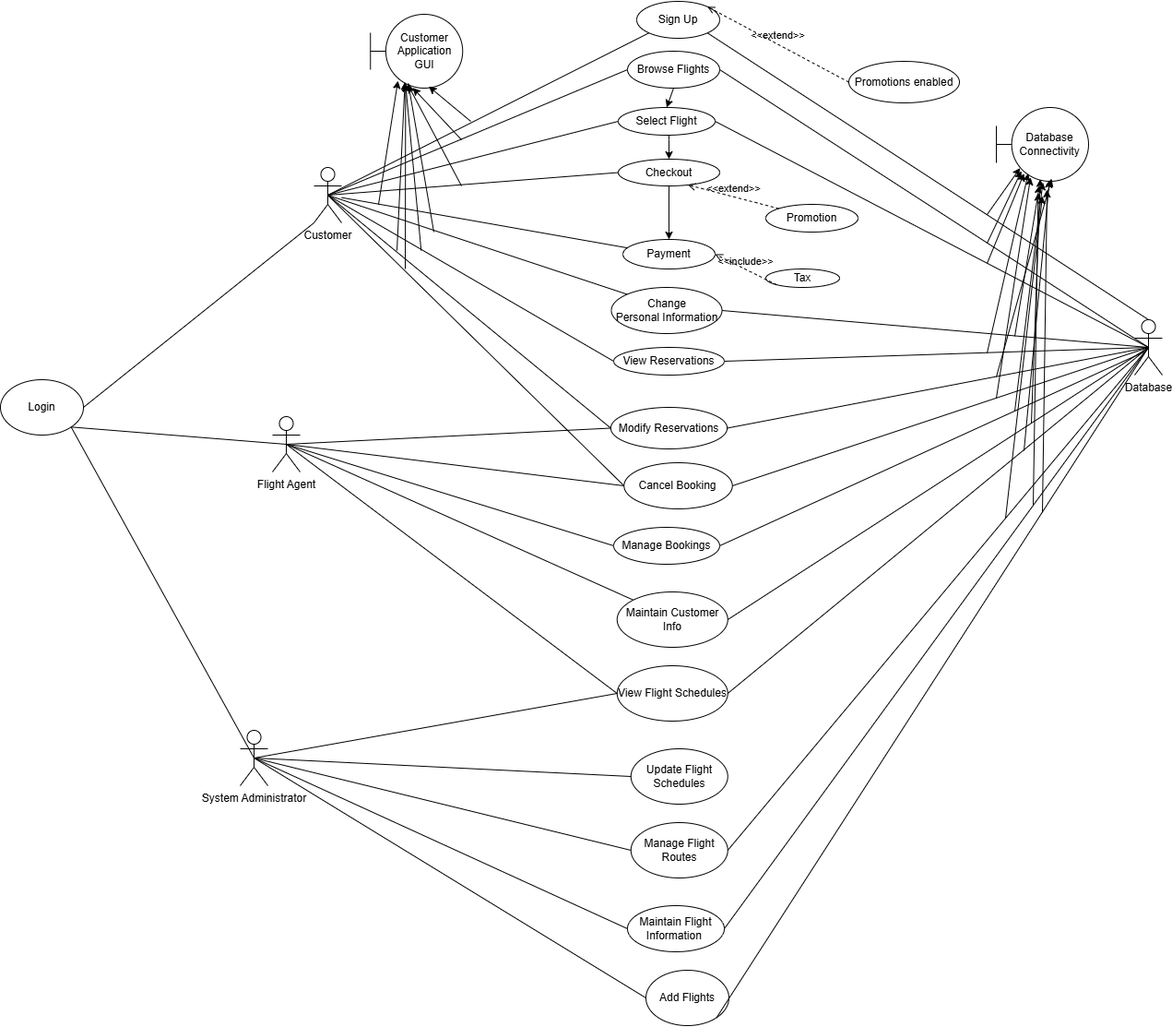
Before: SystemUseCaseDiagram.drawio.png, a diagram exported from draw.io (aditi-j25/ENSF_480_Term_project). Source tidied: cells renumbered, new cells last; positions are measured from the earlier drawing's top-left corner, leaving out a move shared by most shapes.
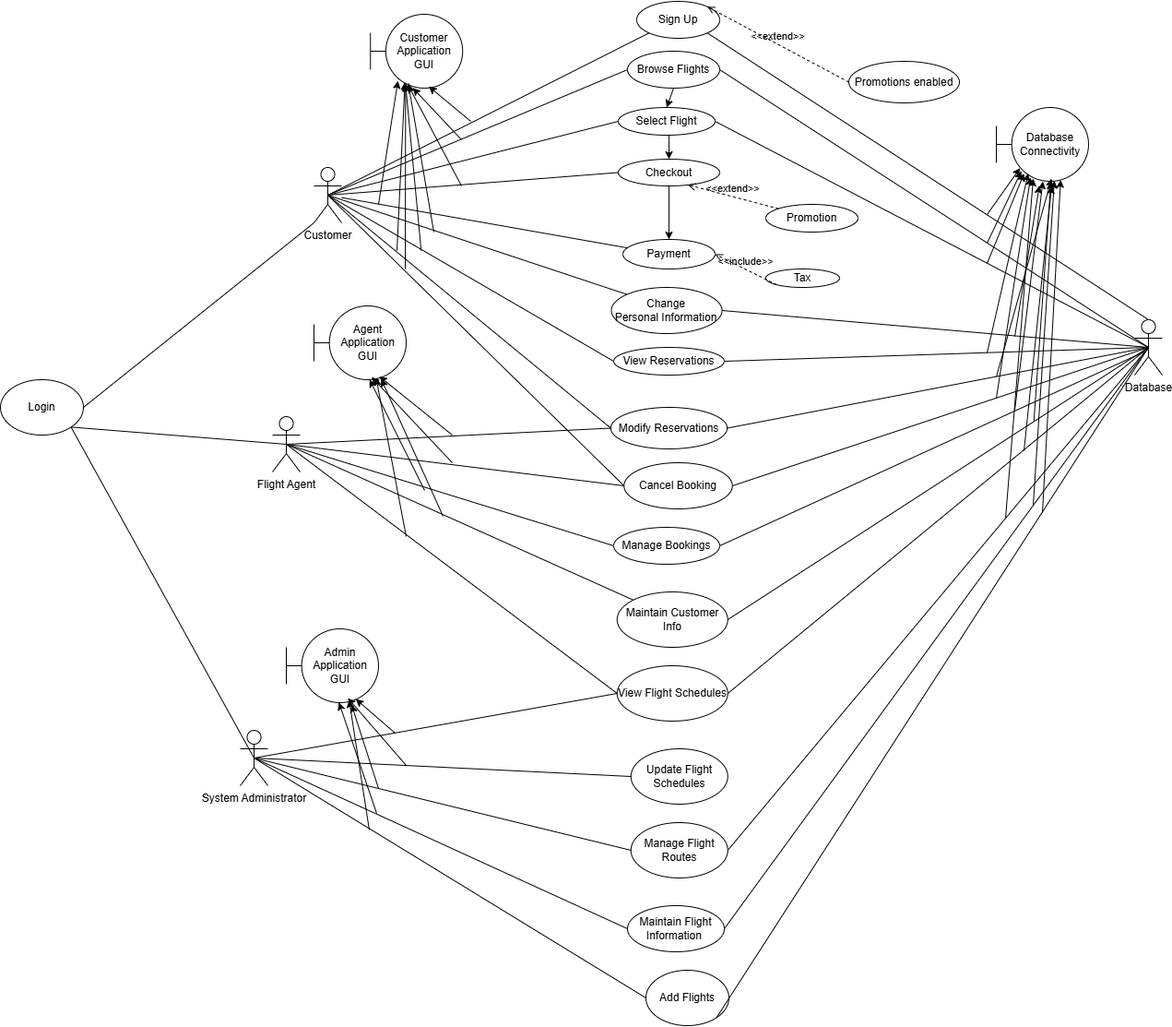
After the change.

Change to the diagram source:
```diff
@@ -253,38 +253,36 @@
     </mxCell>
     <mxCell id="75" style="endArrow=classic;html=1;rounded=0;entryX=0.505;entryY=0.965;entryDx=0;entryDy=0;entryPerimeter=0;" parent="1" edge="1">
       <mxGeometry relative="1" as="geometry">
-        <mxPoint x="1100" y="444" as="sourcePoint" />
-        <mxPoint x="1130.5" y="196.2" as="targetPoint" />
+        <mxPoint x="1100" y="442.8" as="sourcePoint" />
+        <mxPoint x="1130.5" y="195" as="targetPoint" />
       </mxGeometry>
     </mxCell>
-    <mxCell id="76" style="endArrow=classic;html=1;rounded=0;entryX=0.497;entryY=0.983;entryDx=0;entryDy=0;entryPerimeter=0;" parent="1" edge="1">
+    <mxCell id="76" style="endArrow=classic;html=1;rounded=0;entryX=0.565;entryY=1.032;entryDx=0;entryDy=0;entryPerimeter=0;" parent="1" edge="1">
       <mxGeometry relative="1" as="geometry">
-        <mxPoint x="1118" y="457" as="sourcePoint" />
-        <mxPoint x="1127.7" y="192.6" as="targetPoint" />
+        <mxPoint x="1120.8" y="454.4" as="sourcePoint" />
+        <mxPoint x="1139.2" y="195" as="targetPoint" />
       </mxGeometry>
     </mxCell>
-    <mxCell id="77" style="endArrow=classic;html=1;rounded=0;entryX=0.577;entryY=1.019;entryDx=0;entryDy=0;entryPerimeter=0;" parent="1" edge="1">
+    <mxCell id="77" style="endArrow=classic;html=1;rounded=0;" parent="1" edge="1">
       <mxGeometry relative="1" as="geometry">
         <mxPoint x="1110" y="487" as="sourcePoint" />
-        <mxPoint x="1137.7" y="193.5" as="targetPoint" />
+        <mxPoint x="1140" y="200" as="targetPoint" />
       </mxGeometry>
     </mxCell>
-    <mxCell id="78" style="endArrow=classic;html=1;rounded=0;entryX=0.454;entryY=0.956;entryDx=0;entryDy=0;entryPerimeter=0;" parent="1" edge="1">
+    <mxCell id="78" style="endArrow=classic;html=1;rounded=0;entryX=0.629;entryY=0.992;entryDx=0;entryDy=0;entryPerimeter=0;" parent="1" edge="1" target="67">
       <mxGeometry relative="1" as="geometry">
         <mxPoint x="1120" y="546" as="sourcePoint" />
-        <mxPoint x="1125.4" y="207.5" as="targetPoint" />
       </mxGeometry>
     </mxCell>
     <mxCell id="79" style="endArrow=classic;html=1;rounded=0;" parent="1" edge="1">
       <mxGeometry relative="1" as="geometry">
         <mxPoint x="1090" y="560" as="sourcePoint" />
-        <mxPoint x="1130" y="211" as="targetPoint" />
+        <mxPoint x="1120" y="192" as="targetPoint" />
       </mxGeometry>
     </mxCell>
-    <mxCell id="80" style="endArrow=classic;html=1;rounded=0;entryX=0.454;entryY=0.956;entryDx=0;entryDy=0;entryPerimeter=0;" parent="1" edge="1">
+    <mxCell id="80" style="endArrow=classic;html=1;rounded=0;entryX=0.697;entryY=0.98;entryDx=0;entryDy=0;entryPerimeter=0;" parent="1" edge="1" target="67">
       <mxGeometry relative="1" as="geometry">
         <mxPoint x="1130" y="554" as="sourcePoint" />
-        <mxPoint x="1135" y="204" as="targetPoint" />
       </mxGeometry>
     </mxCell>
     <mxCell id="81" value="Customer Application GUI" style="shape=umlBoundary;whiteSpace=wrap;html=1;" parent="1" vertex="1">
@@ -330,5 +328,67 @@
         <mxPoint x="439" y="290" as="sourcePoint" />
       </mxGeometry>
     </mxCell>
+    <mxCell id="90" value="Agent Application GUI" style="shape=umlBoundary;whiteSpace=wrap;html=1;" parent="1" vertex="1">
+      <mxGeometry x="340" y="330" width="100" height="80" as="geometry" />
+    </mxCell>
+    <mxCell id="91" style="endArrow=classic;html=1;rounded=0;entryX=0.708;entryY=0.955;entryDx=0;entryDy=0;entryPerimeter=0;" parent="1" edge="1" target="90">
+      <mxGeometry relative="1" as="geometry">
+        <mxPoint x="490" y="470" as="sourcePoint" />
+      </mxGeometry>
+    </mxCell>
+    <mxCell id="92" style="endArrow=classic;html=1;rounded=0;entryX=0.624;entryY=0.964;entryDx=0;entryDy=0;entryPerimeter=0;" parent="1" edge="1" target="90">
+      <mxGeometry relative="1" as="geometry">
+        <mxPoint x="490" y="500" as="sourcePoint" />
+      </mxGeometry>
+    </mxCell>
+    <mxCell id="93" style="endArrow=classic;html=1;rounded=0;entryX=0.603;entryY=0.998;entryDx=0;entryDy=0;entryPerimeter=0;" parent="1" edge="1" target="90">
+      <mxGeometry relative="1" as="geometry">
+        <mxPoint x="460" y="530" as="sourcePoint" />
+      </mxGeometry>
+    </mxCell>
+    <mxCell id="94" style="endArrow=classic;html=1;rounded=0;entryX=0.729;entryY=1.016;entryDx=0;entryDy=0;entryPerimeter=0;" parent="1" edge="1">
+      <mxGeometry relative="1" as="geometry">
+        <mxPoint x="480" y="558" as="sourcePoint" />
+        <mxPoint x="412.9" y="409.3" as="targetPoint" />
+      </mxGeometry>
+    </mxCell>
+    <mxCell id="95" style="endArrow=classic;html=1;rounded=0;entryX=0.673;entryY=0.972;entryDx=0;entryDy=0;entryPerimeter=0;" parent="1" edge="1" target="90">
+      <mxGeometry relative="1" as="geometry">
+        <mxPoint x="440" y="580" as="sourcePoint" />
+      </mxGeometry>
+    </mxCell>
+    <mxCell id="96" value="Admin Application GUI" style="shape=umlBoundary;whiteSpace=wrap;html=1;" parent="1" vertex="1">
+      <mxGeometry x="310" y="680" width="100" height="80" as="geometry" />
+    </mxCell>
+    <mxCell id="97" style="endArrow=classic;html=1;rounded=0;entryX=0.783;entryY=0.926;entryDx=0;entryDy=0;entryPerimeter=0;" parent="1" edge="1">
+      <mxGeometry relative="1" as="geometry">
+        <mxPoint x="428" y="793" as="sourcePoint" />
+        <mxPoint x="385.3" y="756.1" as="targetPoint" />
+      </mxGeometry>
+    </mxCell>
+    <mxCell id="98" style="endArrow=classic;html=1;rounded=0;entryX=0.667;entryY=0.963;entryDx=0;entryDy=0;entryPerimeter=0;" parent="1" edge="1">
+      <mxGeometry relative="1" as="geometry">
+        <mxPoint x="440" y="828" as="sourcePoint" />
+        <mxPoint x="376.7" y="755" as="targetPoint" />
+      </mxGeometry>
+    </mxCell>
+    <mxCell id="99" style="endArrow=classic;html=1;rounded=0;entryX=0.59;entryY=0.997;entryDx=0;entryDy=0;entryPerimeter=0;" parent="1" edge="1">
+      <mxGeometry relative="1" as="geometry">
+        <mxPoint x="408" y="880" as="sourcePoint" />
+        <mxPoint x="367" y="759.8" as="targetPoint" />
+      </mxGeometry>
+    </mxCell>
+    <mxCell id="100" style="endArrow=classic;html=1;rounded=0;entryX=0.681;entryY=0.989;entryDx=0;entryDy=0;entryPerimeter=0;" parent="1" edge="1">
+      <mxGeometry relative="1" as="geometry">
+        <mxPoint x="400" y="898" as="sourcePoint" />
+        <mxPoint x="378.1" y="757.1" as="targetPoint" />
+      </mxGeometry>
+    </mxCell>
+    <mxCell id="101" style="endArrow=classic;html=1;rounded=0;entryX=0.707;entryY=0.989;entryDx=0;entryDy=0;entryPerimeter=0;" parent="1" edge="1">
+      <mxGeometry relative="1" as="geometry">
+        <mxPoint x="410" y="853" as="sourcePoint" />
+        <mxPoint x="380.7" y="762.1" as="targetPoint" />
+      </mxGeometry>
+    </mxCell>
   </root>
 </mxGraphModel>
```
